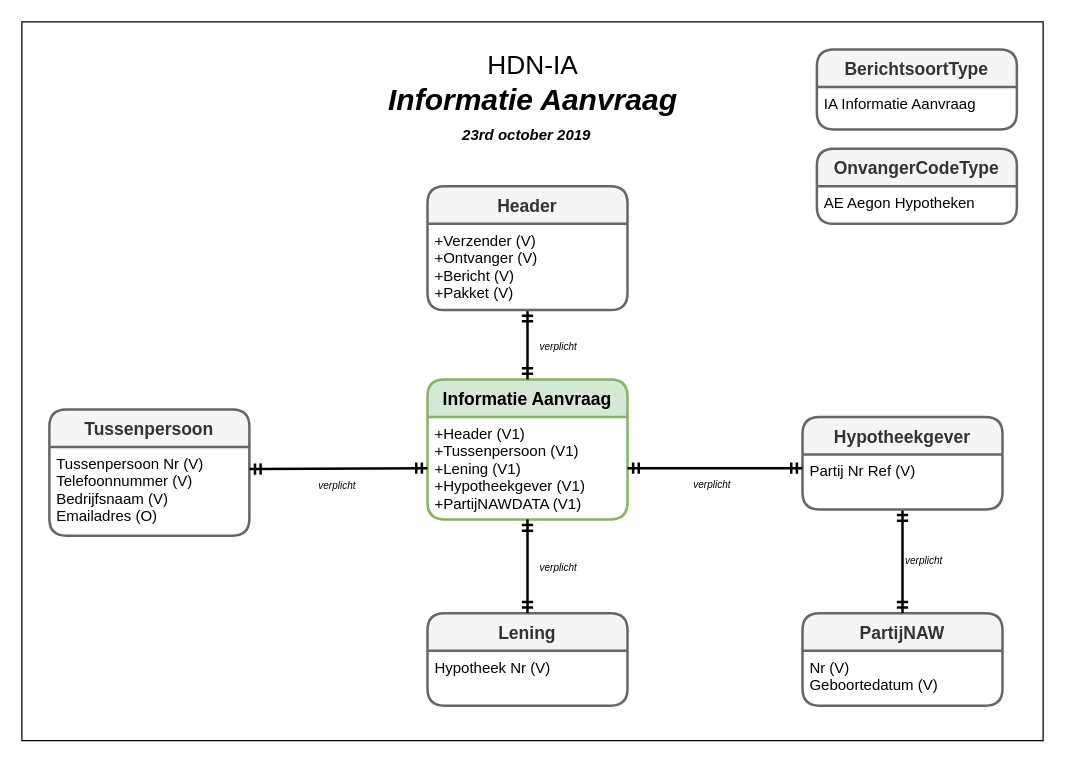
Before: page "IA-bericht" (2 of 13) of 3rdPartyDatasharing-HDN-IA-IX.drawio in luchthandel/diagrams, a draw.io diagram. Source tidied: cells renumbered, new cells numbered last; positions are measured from the earlier drawing's top-left corner, leaving out a move shared by most shapes. Both pictures are drawn from the tidied source at 125%, with x=0, y=0 at pixel (21, 21).
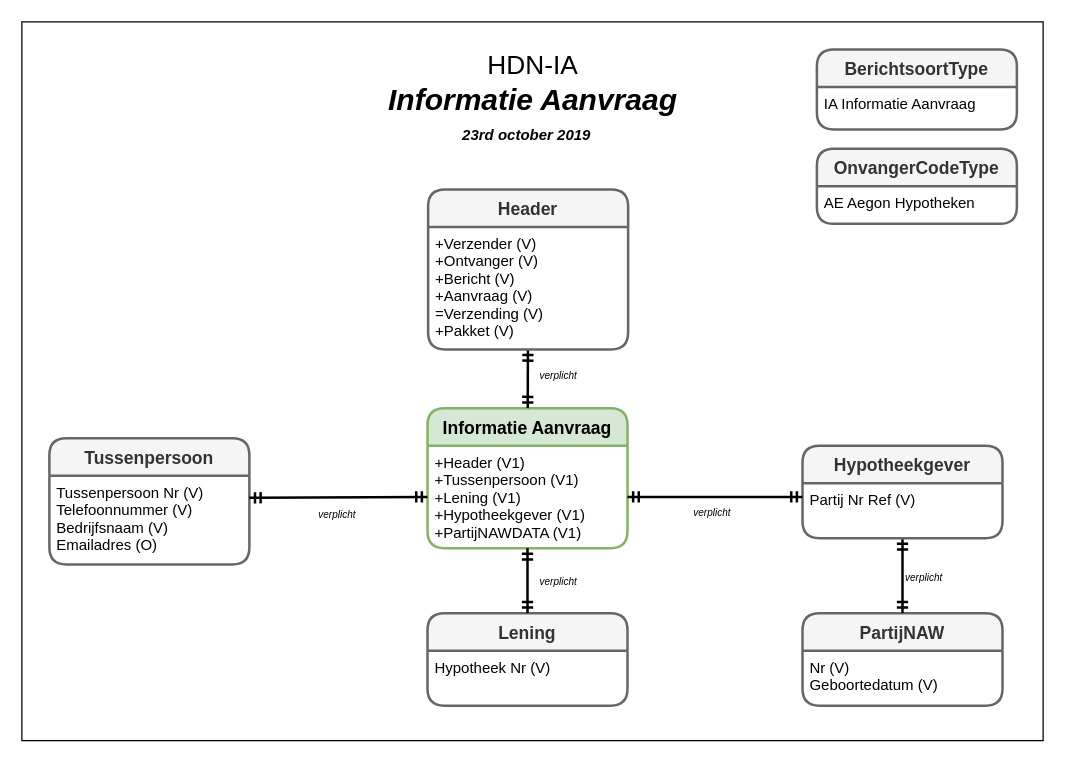
After the change.

Diff of the diagram source:
```diff
@@
     <mxCell id="6" value="Tussenpersoon" style="swimlane;horizontal=1;startSize=30;fillColor=#f5f5f5;fontColor=#333333;rounded=1;fontSize=14;fontStyle=1;strokeWidth=2;shadow=0;dashed=0;align=center;strokeColor=#666666;" parent="1" vertex="1">
-      <mxGeometry x="22" y="310" width="160" height="101" as="geometry" />
+      <mxGeometry x="22" y="333" width="160" height="101" as="geometry" />
     </mxCell>
@@
     <mxCell id="10" value="Hypotheekgever" style="swimlane;horizontal=1;startSize=30;fillColor=#f5f5f5;fontColor=#333333;rounded=1;fontSize=14;fontStyle=1;strokeWidth=2;shadow=0;dashed=0;align=center;strokeColor=#666666;" parent="1" vertex="1">
-      <mxGeometry x="624.5" y="316" width="160" height="74" as="geometry" />
+      <mxGeometry x="624.5" y="339" width="160" height="74" as="geometry" />
     </mxCell>
@@
     <mxCell id="12" value="Informatie Aanvraag" style="swimlane;horizontal=1;startSize=30;fillColor=#d5e8d4;rounded=1;fontSize=14;fontStyle=1;strokeWidth=2;shadow=0;dashed=0;align=center;strokeColor=#82b366;" parent="1" vertex="1">
-      <mxGeometry x="324.5" y="286" width="160" height="112" as="geometry" />
+      <mxGeometry x="324.5" y="309" width="160" height="112" as="geometry" />
     </mxCell>
@@
-    <mxCell id="17" value="verplicht" style="text;html=1;fontStyle=2;fontSize=8;align=center;" parent="1" vertex="1">
-      <mxGeometry x="181" y="360" width="141" height="30" as="geometry" />
+    <mxCell id="17" value="verplicht" style="text;html=1;fontStyle=2;fontSize=8;align=center;rounded=0;" parent="1" vertex="1">
+      <mxGeometry x="181" y="383" width="141" height="30" as="geometry" />
     </mxCell>
     <mxCell id="18" value="Header" style="swimlane;horizontal=1;startSize=30;fillColor=#f5f5f5;rounded=1;fontSize=14;fontStyle=1;strokeWidth=2;shadow=0;dashed=0;align=center;strokeColor=#666666;fontColor=#333333;" parent="1" vertex="1">
-      <mxGeometry x="324.5" y="131.5" width="160" height="99" as="geometry" />
+      <mxGeometry x="325" y="134" width="160" height="128" as="geometry" />
     </mxCell>
-    <mxCell id="19" value="+Verzender (V)&#10;+Ontvanger (V)&#10;+Bericht (V)&#10;+Pakket (V)" style="align=left;strokeColor=none;fillColor=none;spacingLeft=4;fontSize=12;verticalAlign=top;" parent="18" vertex="1">
-      <mxGeometry y="30" width="160" height="69" as="geometry" />
+    <mxCell id="19" value="+Verzender (V)&#10;+Ontvanger (V)&#10;+Bericht (V)&#10;+Aanvraag (V)&#10;=Verzending (V)&#10;+Pakket (V)" style="align=left;strokeColor=none;fillColor=none;spacingLeft=4;fontSize=12;verticalAlign=top;" parent="18" vertex="1">
+      <mxGeometry y="30" width="160" height="98" as="geometry" />
     </mxCell>
@@
     <mxCell id="21" value="verplicht" style="text;html=1;fontStyle=2;fontSize=8;verticalAlign=middle;" parent="1" vertex="1">
-      <mxGeometry x="704.5" y="385" width="50" height="91" as="geometry" />
+      <mxGeometry x="705" y="413" width="50" height="63" as="geometry" />
     </mxCell>
     <mxCell id="22" value="verplicht" style="text;html=1;fontStyle=2;fontSize=8;align=center;verticalAlign=middle;" parent="1" vertex="1">
-      <mxGeometry x="403.5" y="398" width="50" height="78" as="geometry" />
+      <mxGeometry x="404" y="420" width="50" height="56" as="geometry" />
     </mxCell>
-    <mxCell id="23" value="verplicht" style="text;html=1;fontStyle=2;fontSize=8;align=center;" parent="1" vertex="1">
-      <mxGeometry x="484.5" y="359" width="134" height="26" as="geometry" />
+    <mxCell id="23" value="verplicht" style="text;html=1;fontStyle=2;fontSize=8;align=center;rounded=0;" parent="1" vertex="1">
+      <mxGeometry x="484.5" y="382" width="134" height="26" as="geometry" />
     </mxCell>
-    <mxCell id="24" value="verplicht" style="text;html=1;fontStyle=2;fontSize=8;verticalAlign=middle;align=center;" parent="1" vertex="1">
-      <mxGeometry x="403.5" y="233" width="50" height="53" as="geometry" />
+    <mxCell id="24" value="verplicht" style="text;html=1;fontStyle=2;fontSize=8;verticalAlign=middle;align=center;rounded=0;" parent="1" vertex="1">
+      <mxGeometry x="403.5" y="256" width="50" height="53" as="geometry" />
     </mxCell>
```
